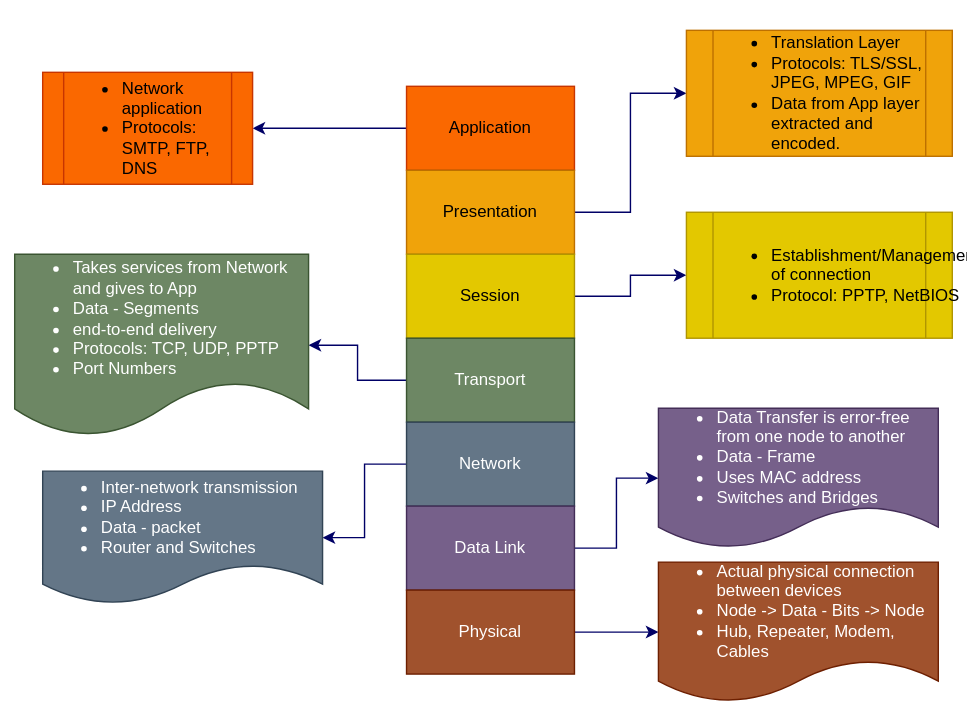
Earlier version of the draw.io export static/networking/OSI.svg (AnkitaB5007/mysite). Source tidied: cells renumbered, new cells last; positions are measured from the earlier drawing's top-left corner, leaving out a move shared by most shapes.
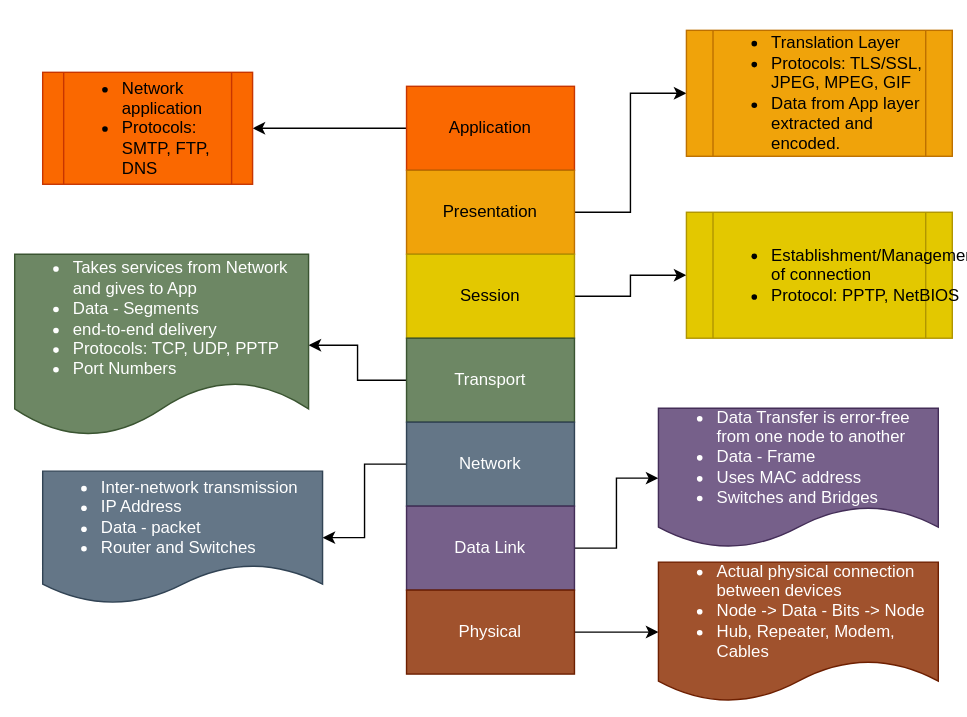
Above is the later version.

Commit message:
Post on OSI model

What changed in the source:
```diff
@@ -2,43 +2,43 @@
   <root>
     <mxCell id="0" />
     <mxCell id="1" parent="0" />
-    <mxCell id="2" style="edgeStyle=orthogonalEdgeStyle;rounded=0;jettySize=auto;html=1;strokeColor=#000066;" parent="1" edge="1" source="3" target="22">
+    <mxCell id="2" style="edgeStyle=orthogonalEdgeStyle;rounded=0;jettySize=auto;html=1;" parent="1" edge="1" source="3" target="22">
       <mxGeometry relative="1" as="geometry" />
     </mxCell>
     <mxCell id="3" value="Application" style="rounded=0;whiteSpace=wrap;html=1;fillColor=#fa6800;fontColor=#000000;strokeColor=#C73500;" parent="1" vertex="1">
       <mxGeometry x="280" y="40" width="120" height="60" as="geometry" />
     </mxCell>
-    <mxCell id="4" style="edgeStyle=orthogonalEdgeStyle;rounded=0;jettySize=auto;html=1;entryX=0;entryY=0.5;entryDx=0;entryDy=0;strokeColor=#000066;" parent="1" edge="1" source="5" target="21">
+    <mxCell id="4" style="edgeStyle=orthogonalEdgeStyle;rounded=0;jettySize=auto;html=1;entryX=0;entryY=0.5;entryDx=0;entryDy=0;" parent="1" edge="1" source="5" target="21">
       <mxGeometry relative="1" as="geometry" />
     </mxCell>
     <mxCell id="5" value="Presentation" style="rounded=0;whiteSpace=wrap;html=1;fillColor=#f0a30a;fontColor=#000000;strokeColor=#BD7000;" parent="1" vertex="1">
       <mxGeometry x="280" y="100" width="120" height="60" as="geometry" />
     </mxCell>
-    <mxCell id="6" style="edgeStyle=orthogonalEdgeStyle;rounded=0;jettySize=auto;html=1;strokeColor=#000066;" parent="1" edge="1" source="7" target="20">
+    <mxCell id="6" style="edgeStyle=orthogonalEdgeStyle;rounded=0;jettySize=auto;html=1;" parent="1" edge="1" source="7" target="20">
       <mxGeometry relative="1" as="geometry" />
     </mxCell>
     <mxCell id="7" value="Session" style="rounded=0;whiteSpace=wrap;html=1;fillColor=#e3c800;fontColor=#000000;strokeColor=#B09500;" parent="1" vertex="1">
       <mxGeometry x="280" y="160" width="120" height="60" as="geometry" />
     </mxCell>
-    <mxCell id="8" style="edgeStyle=orthogonalEdgeStyle;rounded=0;jettySize=auto;html=1;strokeColor=#000066;" parent="1" edge="1" source="9" target="19">
+    <mxCell id="8" style="edgeStyle=orthogonalEdgeStyle;rounded=0;jettySize=auto;html=1;" parent="1" edge="1" source="9" target="19">
       <mxGeometry relative="1" as="geometry" />
     </mxCell>
     <mxCell id="9" value="Transport" style="rounded=0;whiteSpace=wrap;html=1;fillColor=#6d8764;fontColor=#ffffff;strokeColor=#3A5431;" parent="1" vertex="1">
       <mxGeometry x="280" y="220" width="120" height="60" as="geometry" />
     </mxCell>
-    <mxCell id="10" style="edgeStyle=orthogonalEdgeStyle;rounded=0;jettySize=auto;html=1;strokeColor=#000066;" parent="1" edge="1" source="11" target="18">
+    <mxCell id="10" style="edgeStyle=orthogonalEdgeStyle;rounded=0;jettySize=auto;html=1;" parent="1" edge="1" source="11" target="18">
       <mxGeometry relative="1" as="geometry" />
     </mxCell>
     <mxCell id="11" value="Network" style="rounded=0;whiteSpace=wrap;html=1;fillColor=#647687;fontColor=#ffffff;strokeColor=#314354;" parent="1" vertex="1">
       <mxGeometry x="280" y="280" width="120" height="60" as="geometry" />
     </mxCell>
-    <mxCell id="12" style="edgeStyle=orthogonalEdgeStyle;rounded=0;jettySize=auto;html=1;strokeColor=#000066;" parent="1" edge="1" source="13" target="17">
+    <mxCell id="12" style="edgeStyle=orthogonalEdgeStyle;rounded=0;jettySize=auto;html=1;" parent="1" edge="1" source="13" target="17">
       <mxGeometry relative="1" as="geometry" />
     </mxCell>
     <mxCell id="13" value="Data Link" style="rounded=0;whiteSpace=wrap;html=1;fillColor=#76608a;fontColor=#ffffff;strokeColor=#432D57;" parent="1" vertex="1">
       <mxGeometry x="280" y="340" width="120" height="60" as="geometry" />
     </mxCell>
-    <mxCell id="14" style="edgeStyle=orthogonalEdgeStyle;rounded=0;jettySize=auto;html=1;strokeColor=#000066;" parent="1" edge="1" source="15">
+    <mxCell id="14" style="edgeStyle=orthogonalEdgeStyle;rounded=0;jettySize=auto;html=1;" parent="1" edge="1" source="15">
       <mxGeometry relative="1" as="geometry">
         <mxPoint x="460" y="430" as="targetPoint" />
       </mxGeometry>
```
